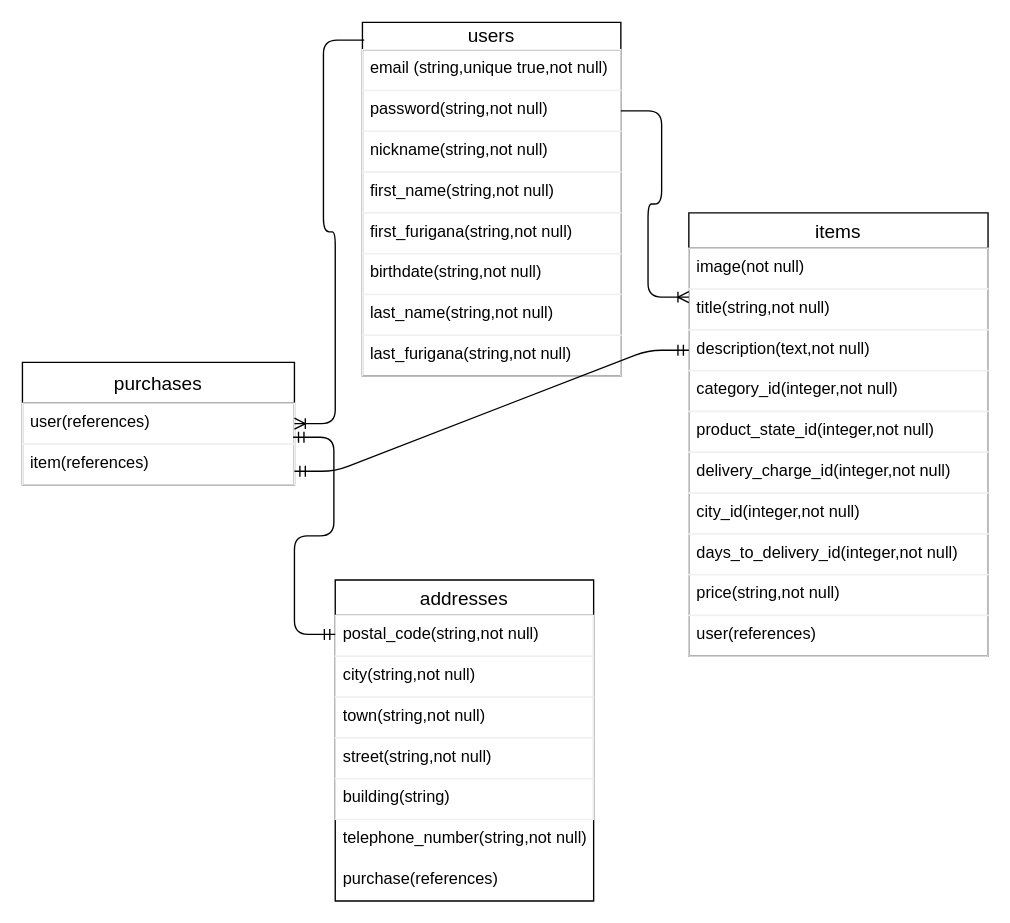
The draw.io diagram furima.dio in Ktuhrnb0319/furima-35416, before the edit. Source tidied: cells renumbered, new cells numbered last; positions are measured from the earlier drawing's top-left corner, leaving out a move shared by most shapes. Both pictures are drawn from the tidied source at 136%, with x=0, y=0 at pixel (22, 22).
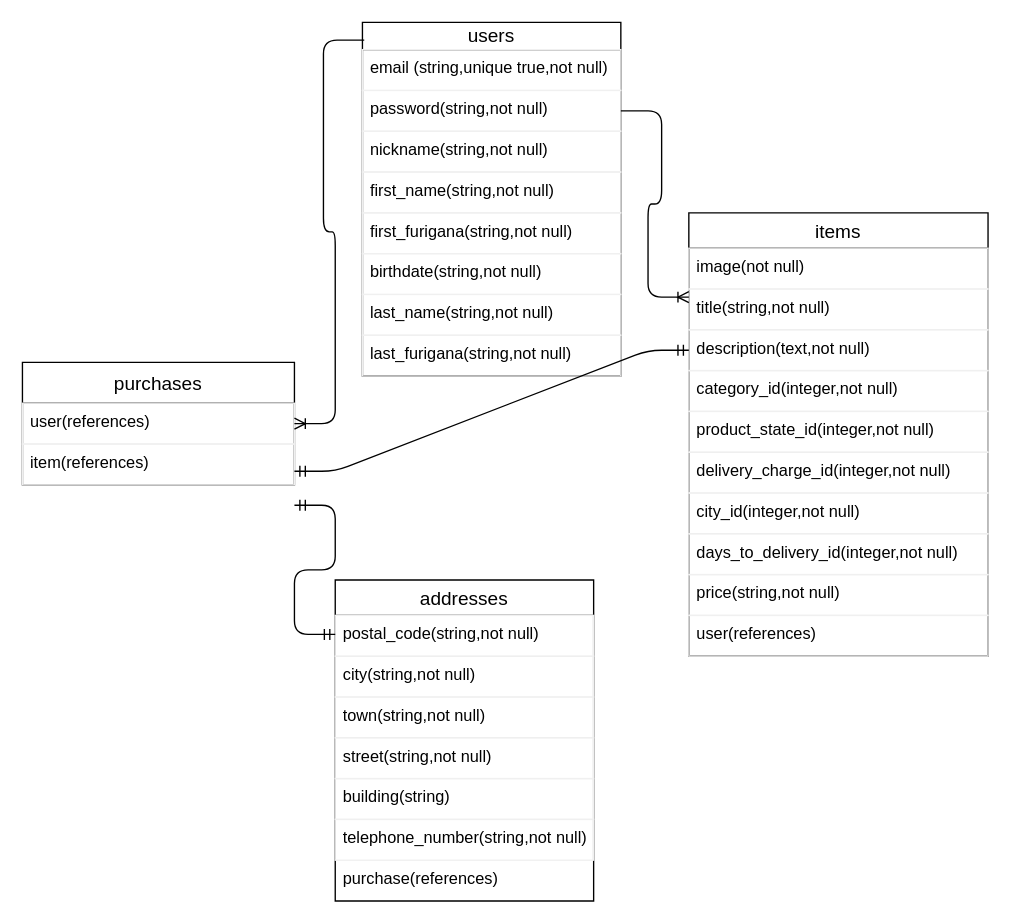
The same diagram, later.

Commit message (it also covers changes not shown here):
ER図,READMEの修正③

Unchanged cells that the change refers to:
```xml
<mxCell id="24" value="item(references)" style="text;fillColor=none;spacingLeft=4;spacingRight=4;overflow=hidden;points=[[0,0.5],[1,0.5]];portConstraint=eastwest;fontSize=12;strokeColor=#f0f0f0;" parent="22" vertex="1">
  <mxGeometry y="60" width="200" height="30" as="geometry" />
</mxCell>
<mxCell id="25" value="addresses" style="swimlane;fontStyle=0;horizontal=1;startSize=26;align=center;fontSize=14;" parent="1" vertex="1">
  <mxGeometry x="230" y="410" width="190" height="236" as="geometry" />
</mxCell>
```

The edit, as a diff of the source:
```diff
@@
-    <mxCell id="31" value="telephone_number(string,not null)" style="text;strokeColor=none;fillColor=none;spacingLeft=4;spacingRight=4;overflow=hidden;fontSize=12;" parent="25" vertex="1">
+    <mxCell id="31" value="telephone_number(string,not null)" style="text;fillColor=none;spacingLeft=4;spacingRight=4;overflow=hidden;fontSize=12;strokeColor=#f0f0f0;" parent="25" vertex="1">
       <mxGeometry y="176" width="190" height="30" as="geometry" />
     </mxCell>
@@
-    <mxCell id="36" style="edgeStyle=entityRelationEdgeStyle;fontSize=12;html=1;endArrow=ERmandOne;startArrow=ERmandOne;exitX=0.995;exitY=-0.167;exitDx=0;exitDy=0;exitPerimeter=0;" parent="1" edge="1" source="24">
+    <mxCell id="36" style="edgeStyle=entityRelationEdgeStyle;fontSize=12;html=1;endArrow=ERmandOne;startArrow=ERmandOne;exitX=1;exitY=0.5;exitDx=0;exitDy=0;" parent="1" edge="1">
       <mxGeometry relative="1" as="geometry">
+        <mxPoint x="200" y="355" as="sourcePoint" />
         <mxPoint x="230" y="450" as="targetPoint" />
       </mxGeometry>
     </mxCell>
```
